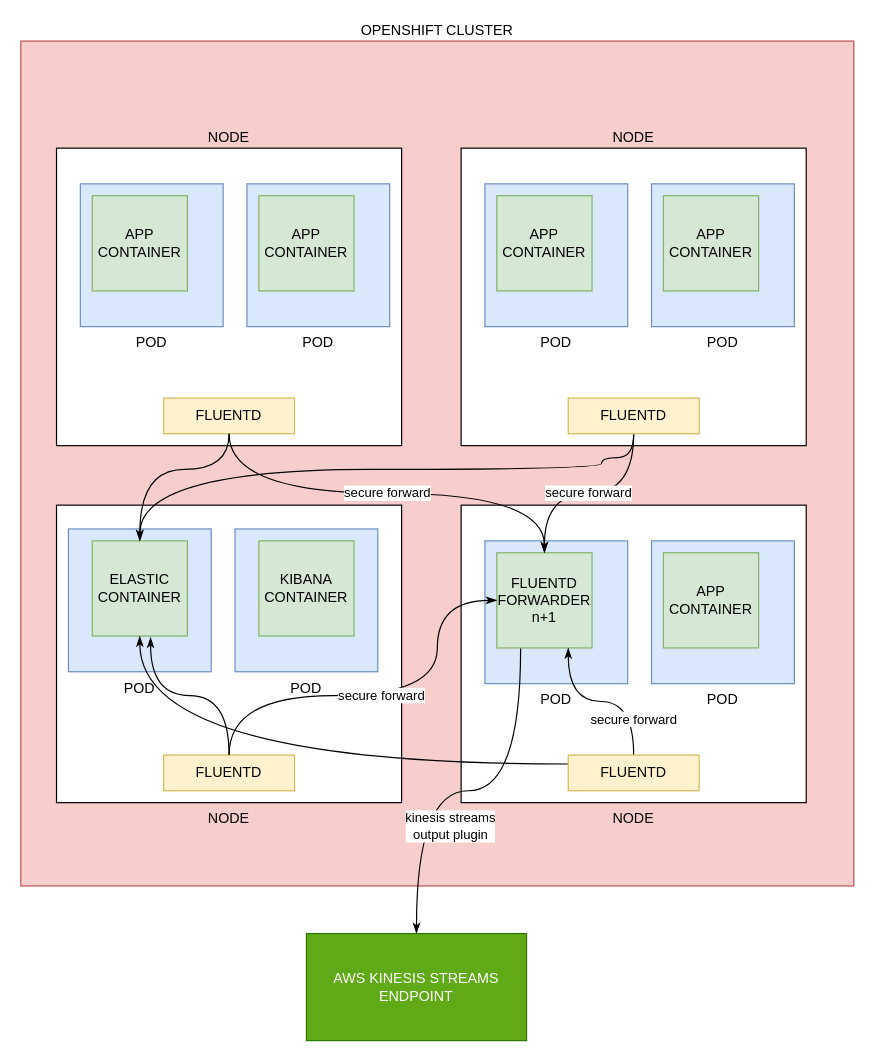
This is diagram/fluentd_kinesis_forwarder.drawio from worsco/ocp4-fluentd-kinesis-streams, a draw.io file, before an edit. Source tidied: cells renumbered, new cells numbered last; positions are measured from the earlier drawing's top-left corner, leaving out a move shared by most shapes. Both pictures are drawn from the tidied source at 119%, with x=0, y=0 at pixel (20, 40).
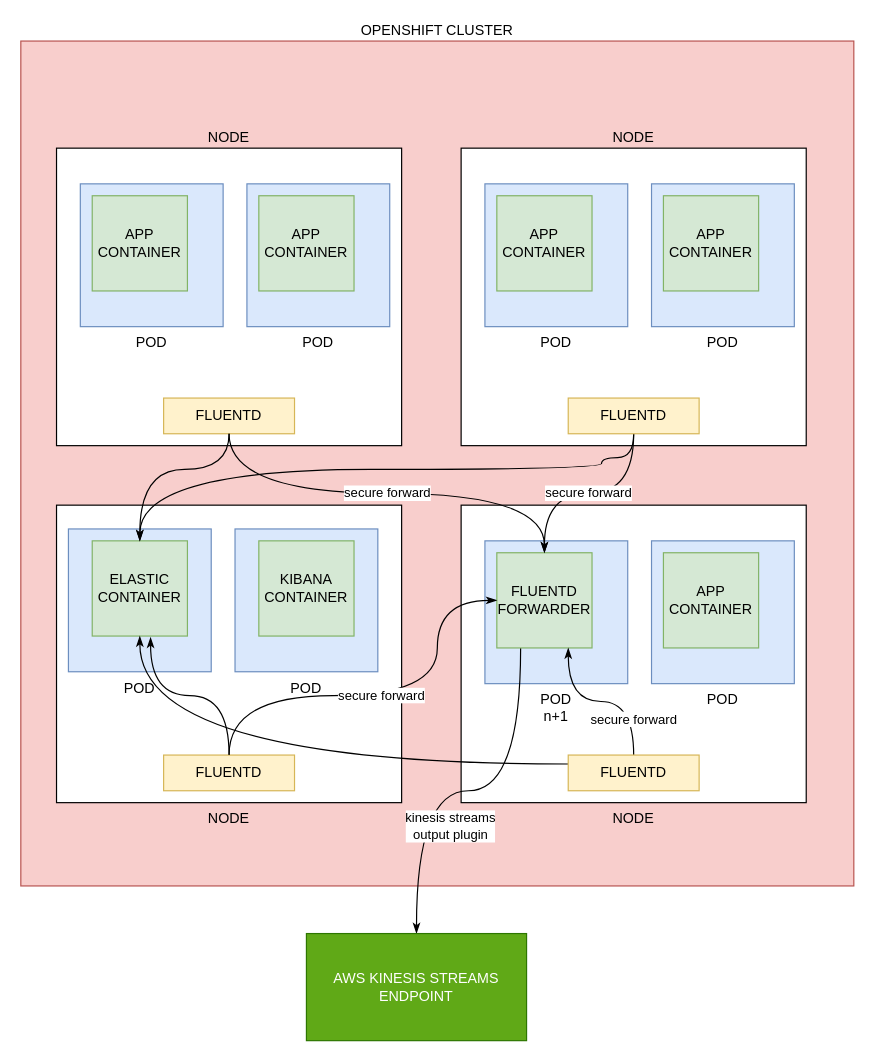
After the change.

What changed in the source:
```diff
@@
-    <mxCell id="17" value="POD" style="rounded=0;whiteSpace=wrap;html=1;labelPosition=center;verticalLabelPosition=bottom;align=center;verticalAlign=top;fillColor=#dae8fc;strokeColor=#6c8ebf;" parent="1" vertex="1">
+    <mxCell id="17" value="POD&lt;br&gt;n+1" style="rounded=0;whiteSpace=wrap;html=1;labelPosition=center;verticalLabelPosition=bottom;align=center;verticalAlign=top;fillColor=#dae8fc;strokeColor=#6c8ebf;" parent="1" vertex="1">
       <mxGeometry x="390" y="420" width="120" height="120" as="geometry" />
     </mxCell>
@@
-    <mxCell id="19" value="FLUENTD&lt;br&gt;FORWARDER&lt;br&gt;n+1" style="whiteSpace=wrap;html=1;fillColor=#d5e8d4;strokeColor=#82b366;" parent="1" vertex="1">
+    <mxCell id="19" value="FLUENTD&lt;br&gt;FORWARDER" style="whiteSpace=wrap;html=1;fillColor=#d5e8d4;strokeColor=#82b366;" parent="1" vertex="1">
       <mxGeometry x="400" y="430" width="80" height="80" as="geometry" />
     </mxCell>
```
